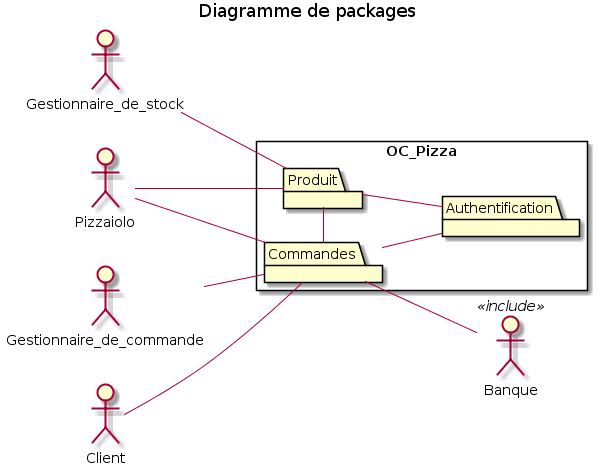
The PlantUML diagram v3/img/02_packages.png in Zepmanbc/oc_dapython_pr4, before a commit.
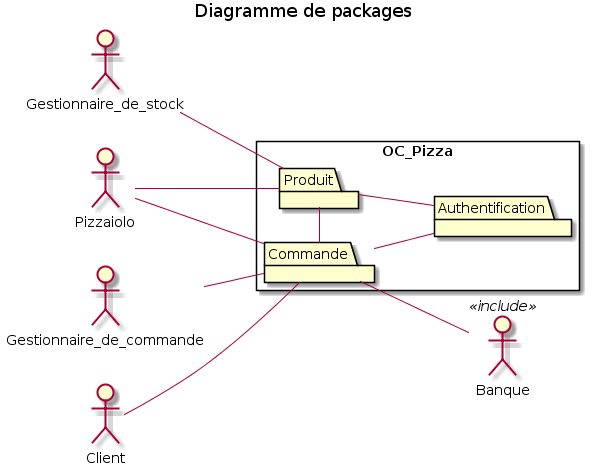
After the commit.

What changed in the source:
```diff
@@ -10,21 +10,21 @@
 
 rectangle OC_Pizza{
     left to right direction
-    package Commandes
+    package Commande
     package Produit
     package Authentification
 }
 
-Authentification -- Commandes
+Authentification -- Commande
 Produit -- Authentification
-Commandes - Produit
+Commande - Produit
 
-CUSTOMER -- Commandes
-GESTCMD -- Commandes
+CUSTOMER -- Commande
+GESTCMD -- Commande
 PZLO -- Produit
-PZLO -- Commandes
+PZLO -- Commande
 GESTSTOCK -- Produit
-Commandes -- BANK
+Commande -- BANK
 
 
 @enduml
```
